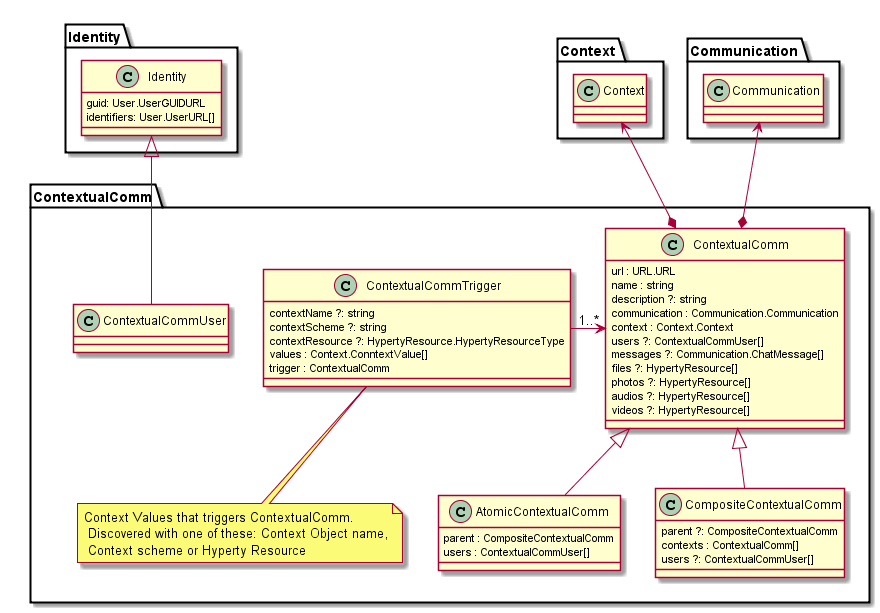
The PlantUML diagram docs/datamodel/contextual-communication-design.png in reTHINK-project/dev-smart-contextual-assistance-app, before a commit. Source of this version:
```plantuml
@startuml "contextual-communication-design.png"

Package ContextualComm {

	class ContextualComm {
	url : URL.URL
	name : string
	description ?: string
	communication : Communication.Communication
	context : Context.Context
	users ?: ContextualCommUser[]
	messages ?: Communication.ChatMessage[]
	files ?: HypertyResource[]
	photos ?: HypertyResource[]
	audios ?: HypertyResource[]
	videos ?: HypertyResource[]
	}

	class ContextualCommTrigger {
	contextName ?: string
	contextScheme ?: string
	contextResource ?: HypertyResource.HypertyResourceType
	values : Context.ConntextValue[]
	trigger : ContextualComm
	}

	note bottom : Context Values that triggers ContextualComm.\n Discovered with one of these: Context Object name,\n Context scheme or Hyperty Resource

	class CompositeContextualComm {
	}

	class AtomicContextualComm {
	parent : CompositeContextualComm
	users : ContextualCommUser[]
	}

	class CompositeContextualComm {
	parent ?: CompositeContextualComm
	contexts : ContextualComm[]
	users ?: ContextualCommUser[]
	}

	class ContextualCommUser {
	}

	class Identity.Identity {
	 guid: User.UserGUIDURL
	 identifiers: User.UserURL[]
	}

 ContextualComm <---right-"1..*" ContextualCommTrigger

	ContextualComm *-up-> Context.Context

	ContextualComm *-up-> Communication.Communication

	ContextualCommUser -up-|> Identity.Identity

	CompositeContextualComm -up-|> ContextualComm

	AtomicContextualComm -up-|> ContextualComm
}

@enduml
```
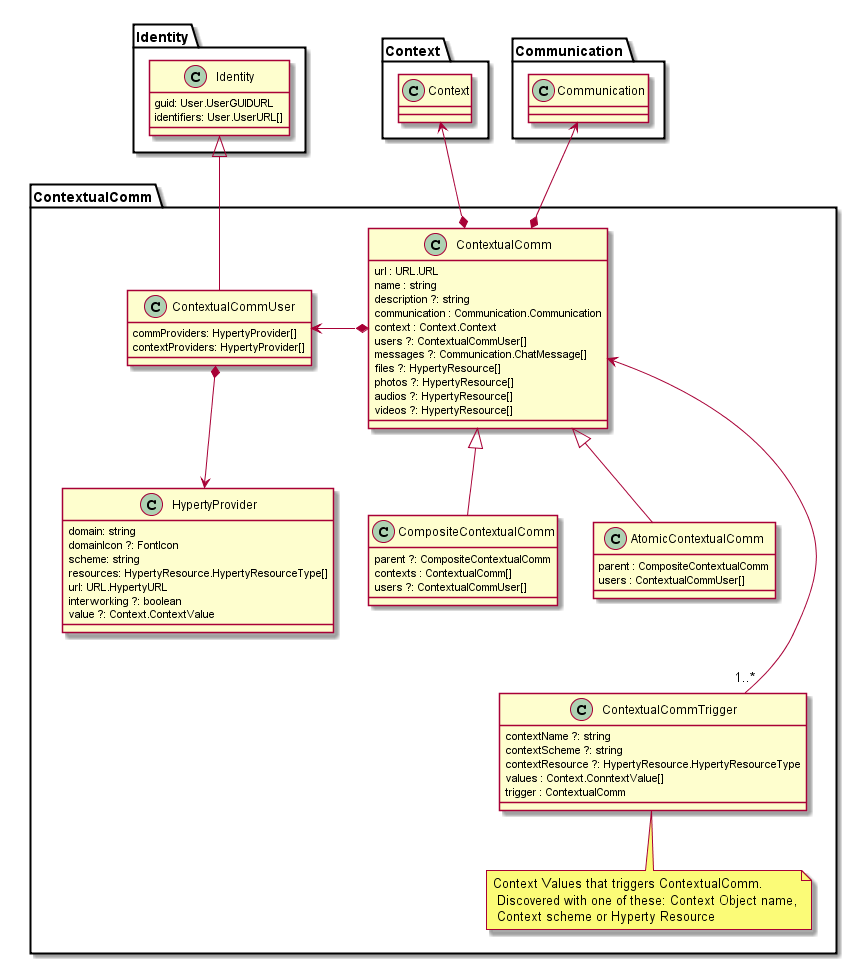
The same diagram one commit later.

Commit message:
Data Model: Added commProviders and contextProviders to ContextualCommUser as HypertyProviders

Diff of the diagram source:
```diff
@@ -41,6 +41,18 @@
 	}
 
 	class ContextualCommUser {
+	commProviders: HypertyProvider[]
+	contextProviders: HypertyProvider[]
+	}
+
+	class HypertyProvider {
+	domain: string
+	domainIcon ?: FontIcon
+	scheme: string
+	resources: HypertyResource.HypertyResourceType[]
+	url: URL.HypertyURL
+	interworking ?: boolean
+	value ?: Context.ContextValue
 	}
 
 	class Identity.Identity {
@@ -48,7 +60,8 @@
 	 identifiers: User.UserURL[]
 	}
 
- ContextualComm <---right-"1..*" ContextualCommTrigger
+
+	ContextualComm *-left-> ContextualCommUser
 
 	ContextualComm *-up-> Context.Context
 
@@ -56,9 +69,13 @@
 
 	ContextualCommUser -up-|> Identity.Identity
 
+	ContextualCommUser *-down-> HypertyProvider
+
 	CompositeContextualComm -up-|> ContextualComm
 
 	AtomicContextualComm -up-|> ContextualComm
+
+	ContextualComm <---"1..*" ContextualCommTrigger
 }
 
 @enduml
```
